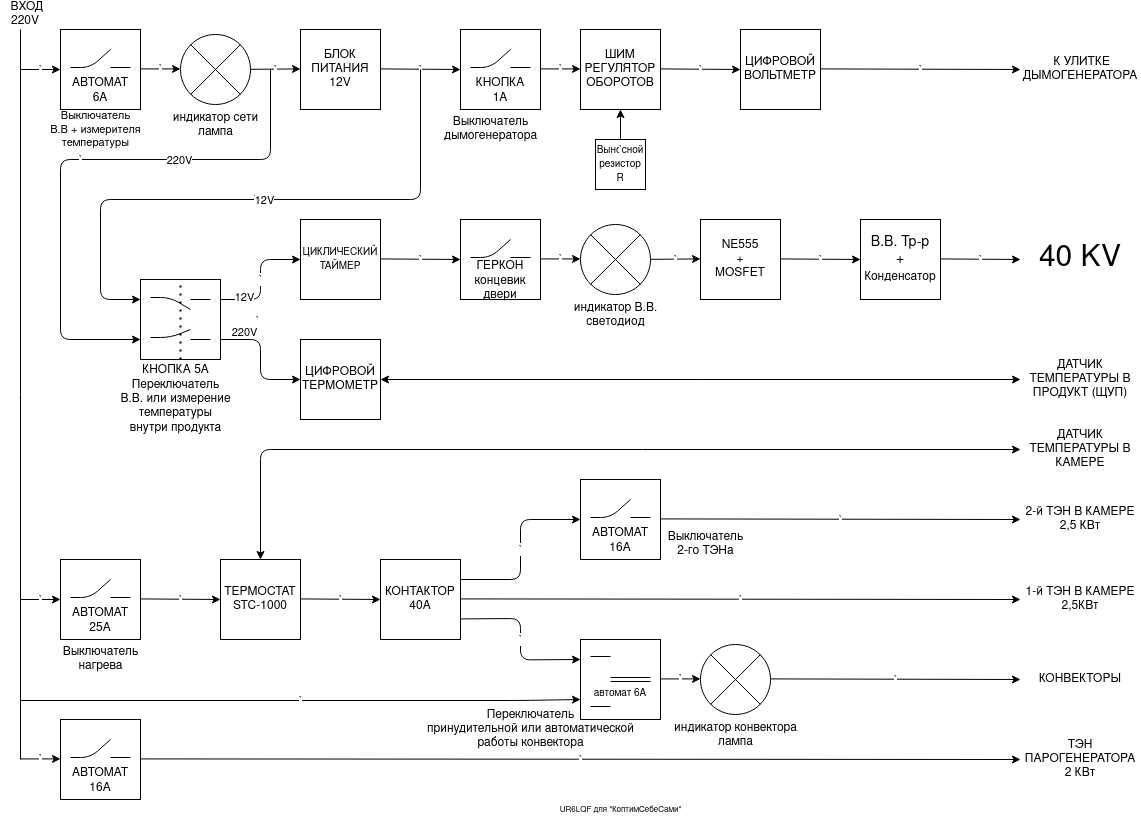
Earlier version of the draw.io export kopv4.png (jekavovikovich/jekavovikovich). Source tidied: cells renumbered, new cells last; positions are measured from the earlier drawing's top-left corner, leaving out a move shared by most shapes.
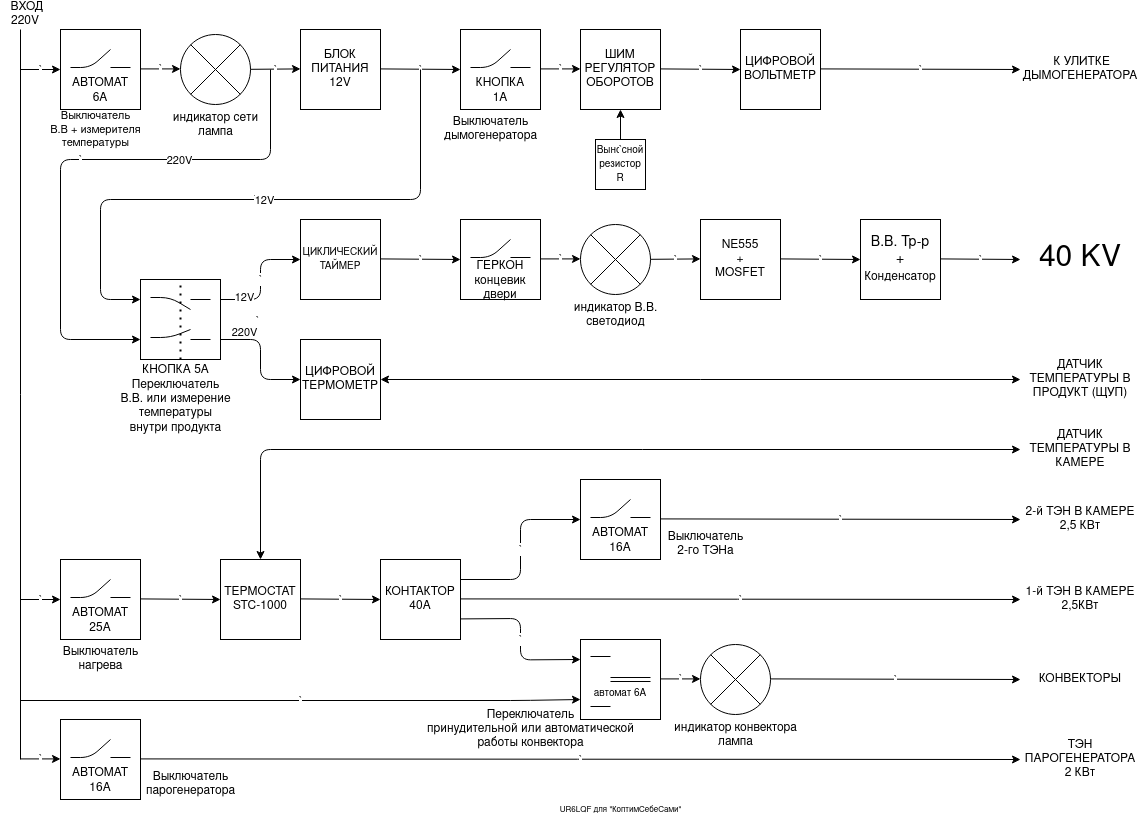
The same diagram one commit later.

What changed in the source:
```diff
@@ -493,5 +493,8 @@
     <mxCell id="94" value="&lt;font style=&quot;font-size: 8px&quot;&gt;UR6LQF для &quot;КоптимСебеСами&quot;&lt;/font&gt;" style="text;html=1;align=center;verticalAlign=middle;strokeColor=none;" parent="1" vertex="1">
       <mxGeometry x="550" y="790" width="140" height="20" as="geometry" />
     </mxCell>
+    <mxCell id="95" value="&lt;div&gt;Выключатель&lt;/div&gt;&lt;div&gt;парогенератора&lt;/div&gt;" style="text;html=1;align=center;verticalAlign=middle;strokeColor=none;" parent="1" vertex="1">
+      <mxGeometry x="140" y="760" width="100" height="30" as="geometry" />
+    </mxCell>
   </root>
 </mxGraphModel>
```
